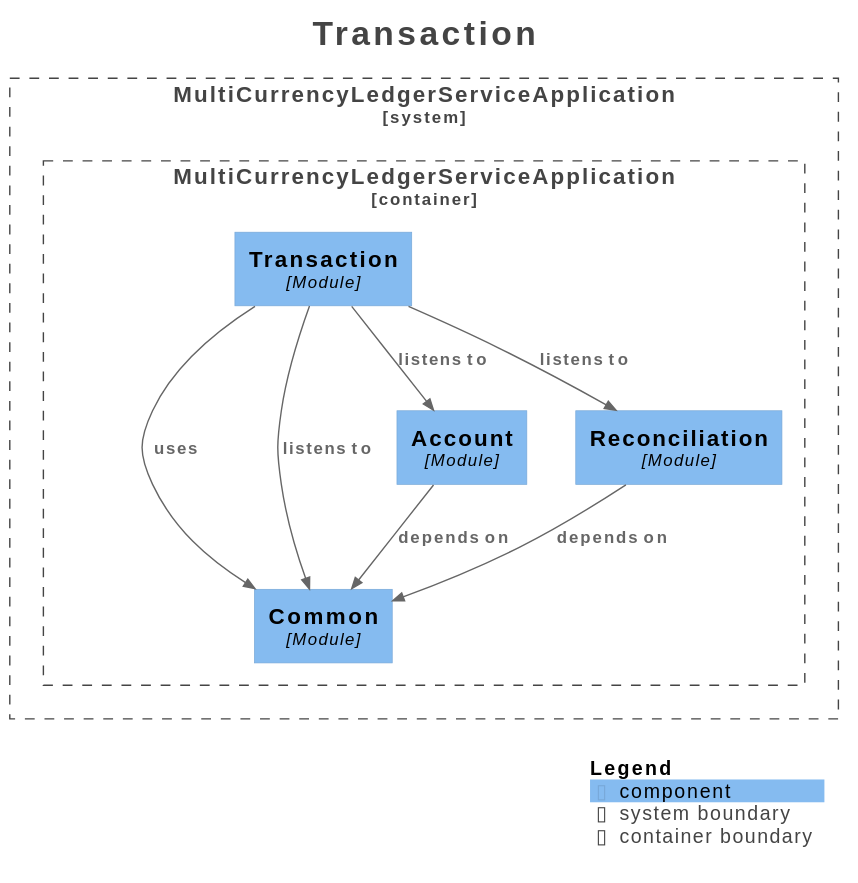
RaonJena99/multi-currency-ledger-service keeps this PlantUML diagram as docs/architecture/modulith/module-transaction.svg. Above is the earlier version.
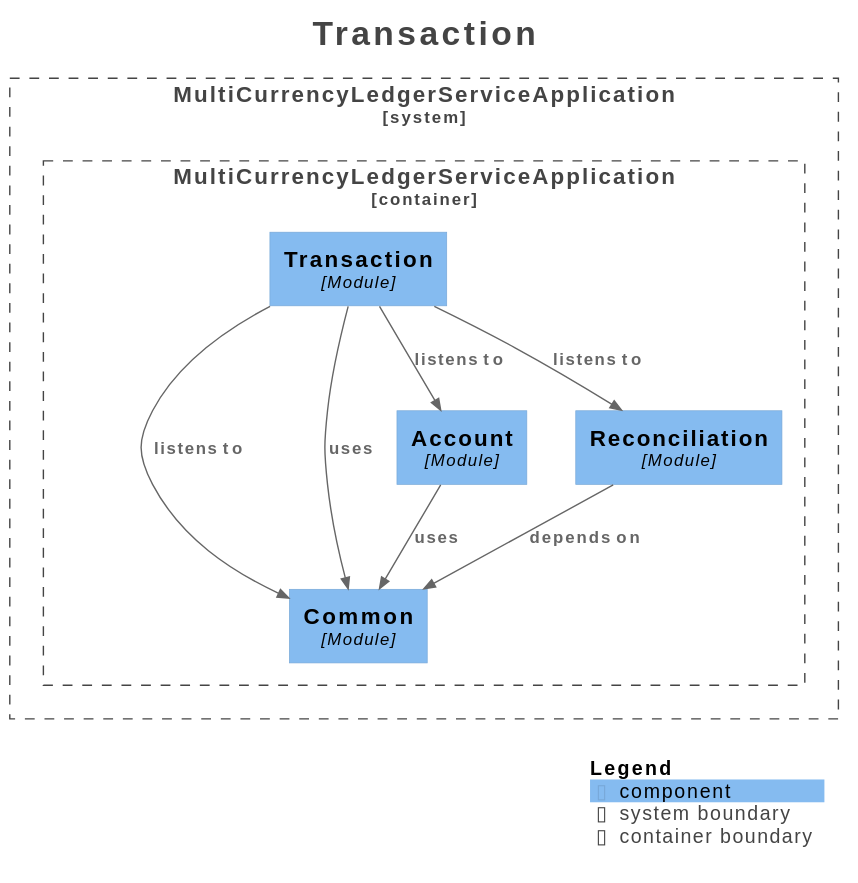
The same file after the commit.

Change to the diagram source:
```diff
@@ -25,12 +25,12 @@
 
 }
 
+Rel(MultiCurrencyLedgerServiceApplication.MultiCurrencyLedgerServiceApplication.Reconciliation, MultiCurrencyLedgerServiceApplication.MultiCurrencyLedgerServiceApplication.Common, "depends on", $techn="", $tags="", $link="")
+Rel(MultiCurrencyLedgerServiceApplication.MultiCurrencyLedgerServiceApplication.Transaction, MultiCurrencyLedgerServiceApplication.MultiCurrencyLedgerServiceApplication.Account, "listens to", $techn="", $tags="", $link="")
+Rel(MultiCurrencyLedgerServiceApplication.MultiCurrencyLedgerServiceApplication.Transaction, MultiCurrencyLedgerServiceApplication.MultiCurrencyLedgerServiceApplication.Common, "listens to", $techn="", $tags="", $link="")
 Rel(MultiCurrencyLedgerServiceApplication.MultiCurrencyLedgerServiceApplication.Transaction, MultiCurrencyLedgerServiceApplication.MultiCurrencyLedgerServiceApplication.Reconciliation, "listens to", $techn="", $tags="", $link="")
 Rel(MultiCurrencyLedgerServiceApplication.MultiCurrencyLedgerServiceApplication.Transaction, MultiCurrencyLedgerServiceApplication.MultiCurrencyLedgerServiceApplication.Common, "uses", $techn="", $tags="", $link="")
-Rel(MultiCurrencyLedgerServiceApplication.MultiCurrencyLedgerServiceApplication.Account, MultiCurrencyLedgerServiceApplication.MultiCurrencyLedgerServiceApplication.Common, "depends on", $techn="", $tags="", $link="")
-Rel(MultiCurrencyLedgerServiceApplication.MultiCurrencyLedgerServiceApplication.Reconciliation, MultiCurrencyLedgerServiceApplication.MultiCurrencyLedgerServiceApplication.Common, "depends on", $techn="", $tags="", $link="")
-Rel(MultiCurrencyLedgerServiceApplication.MultiCurrencyLedgerServiceApplication.Transaction, MultiCurrencyLedgerServiceApplication.MultiCurrencyLedgerServiceApplication.Common, "listens to", $techn="", $tags="", $link="")
-Rel(MultiCurrencyLedgerServiceApplication.MultiCurrencyLedgerServiceApplication.Transaction, MultiCurrencyLedgerServiceApplication.MultiCurrencyLedgerServiceApplication.Account, "listens to", $techn="", $tags="", $link="")
+Rel(MultiCurrencyLedgerServiceApplication.MultiCurrencyLedgerServiceApplication.Account, MultiCurrencyLedgerServiceApplication.MultiCurrencyLedgerServiceApplication.Common, "uses", $techn="", $tags="", $link="")
 
 SHOW_LEGEND(true)
 hide stereotypes
```
